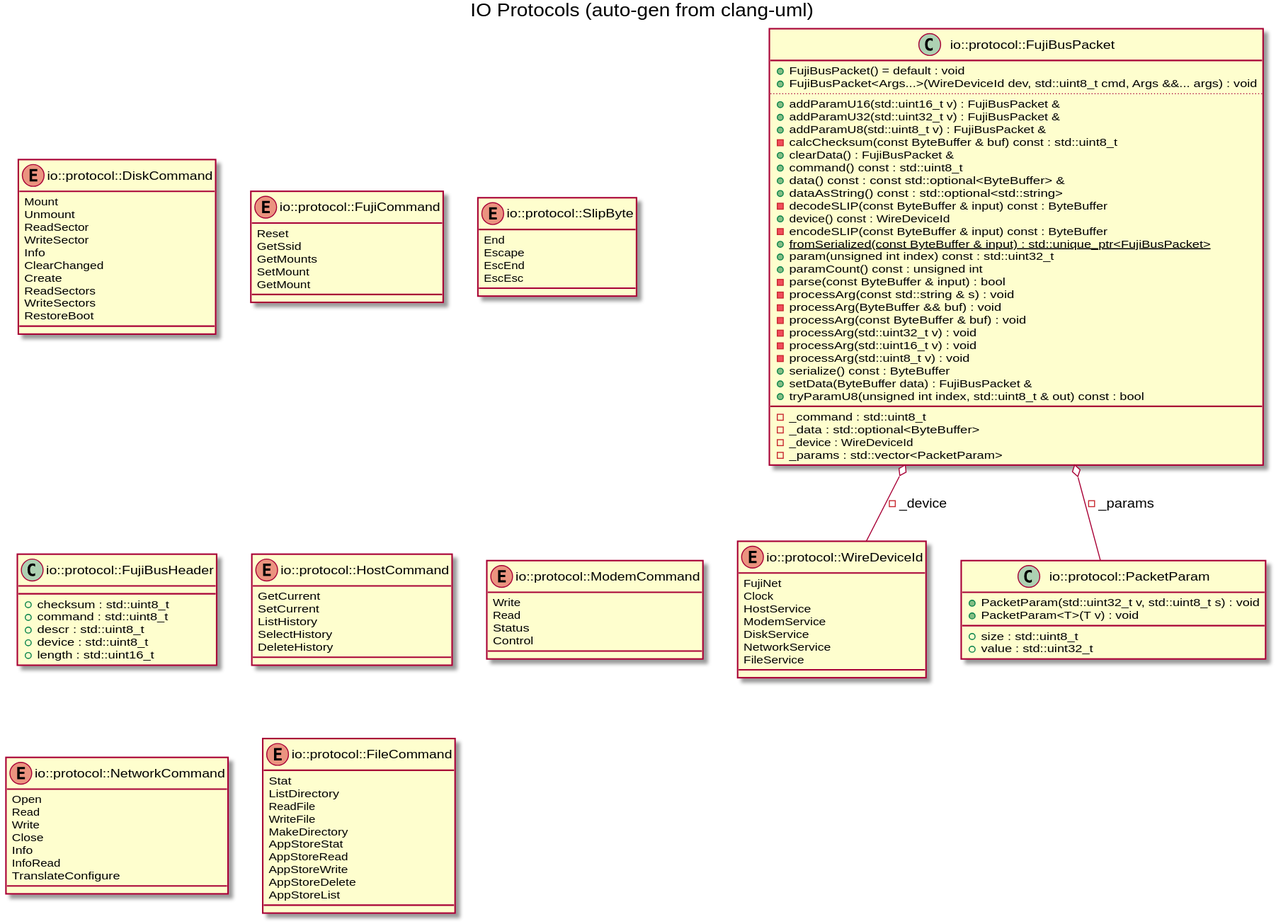
markjfisher/fujinet-nio keeps this PlantUML diagram as docs/images/gen_io_protocol.svg. Above is the earlier version.
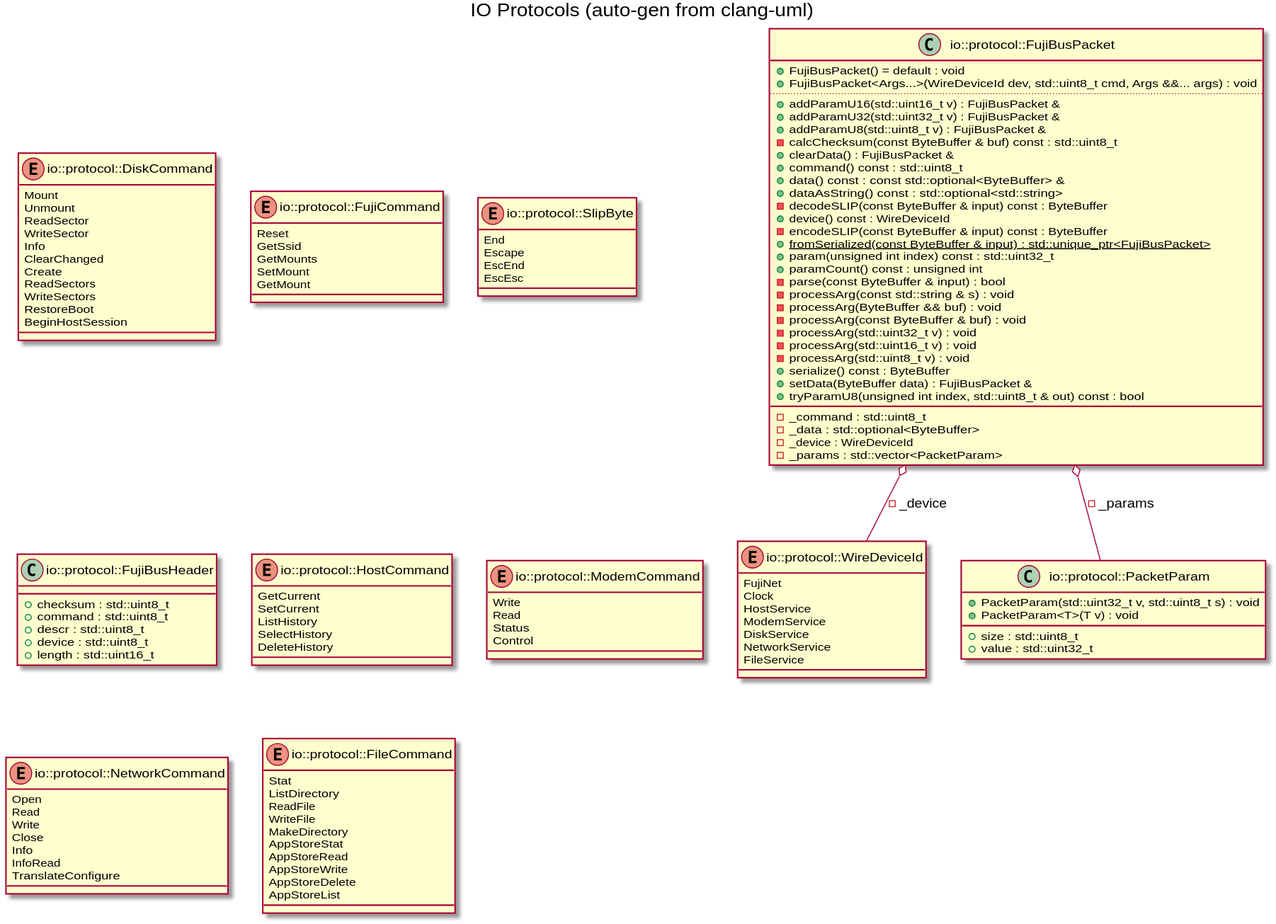
After the change.

Change to the diagram source:
```diff
@@ -22,6 +22,7 @@
 ReadSectors
 WriteSectors
 RestoreBoot
+BeginHostSession
 }
 enum "io::protocol::FujiCommand" as C_0004628219160953719395
 enum C_0004628219160953719395 {
```
